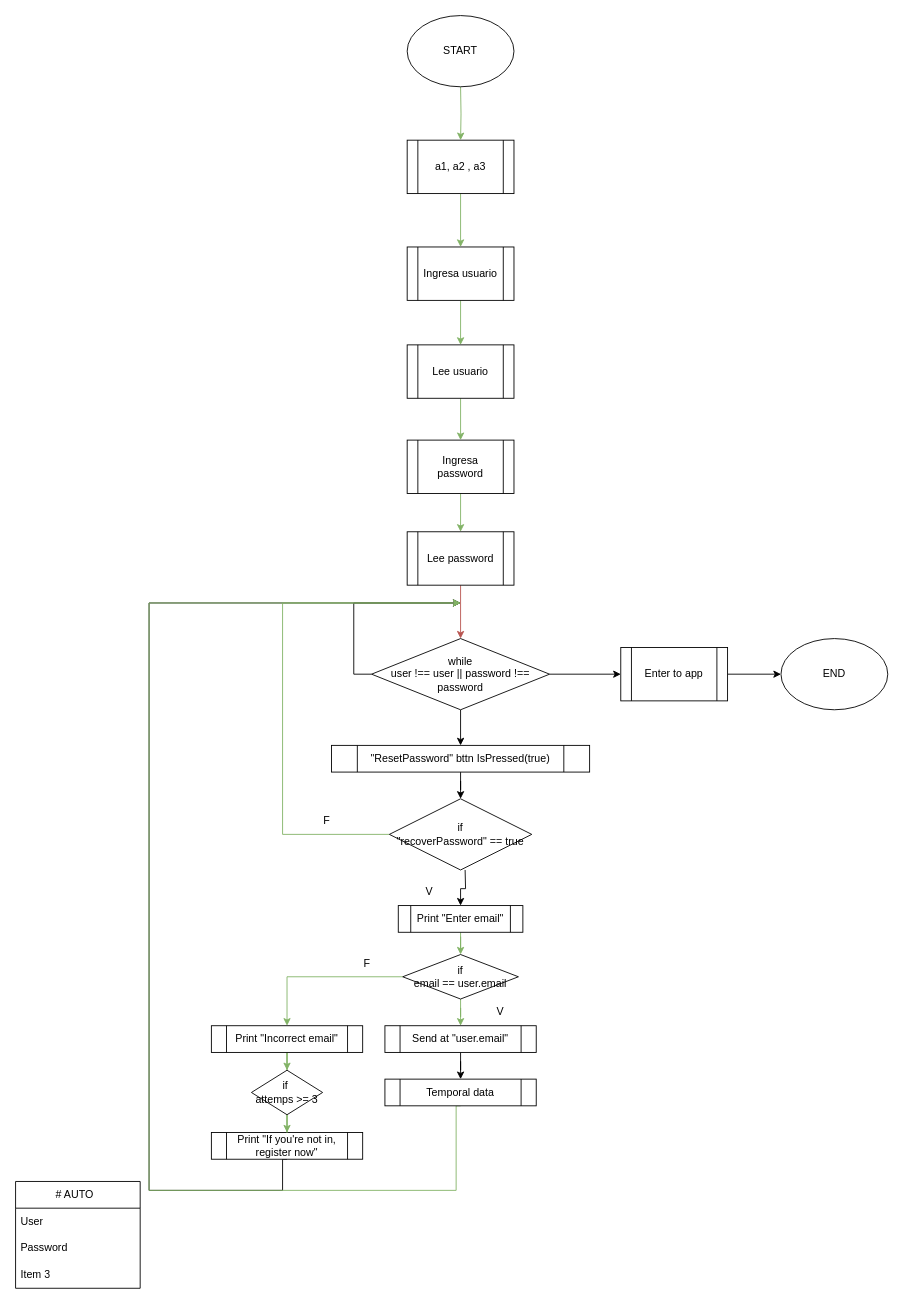
The draw.io diagram Docs/Diagrams/Diagrama sin título.drawio in VictorJ-Ch/Cafeteria-Menu, before the edit. Source tidied: cells renumbered, new cells numbered last; positions are measured from the earlier drawing's top-left corner, leaving out a move shared by most shapes. Both pictures are drawn from the tidied source at 89%, with x=0, y=0 at pixel (15, 15).
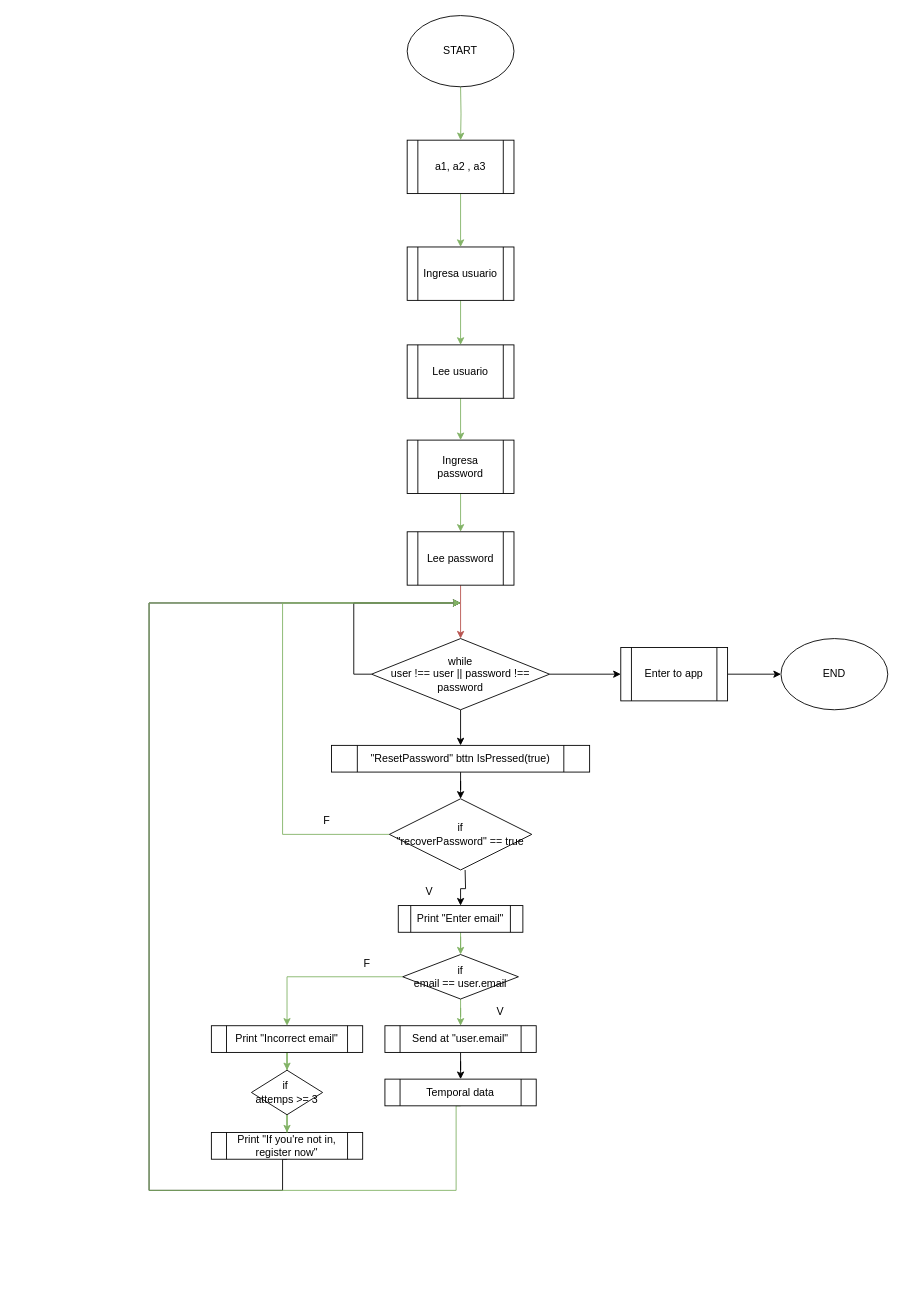
Above is the later version.

Commit message:
Update Diagrama flujo LogIn

The edit, as a diff of the source:
```diff
@@
-    <mxCell id="33" value="# AUTO&amp;nbsp;&amp;nbsp;" style="swimlane;fontStyle=0;horizontal=1;startSize=30;whiteSpace=wrap;html=1;" parent="1" vertex="1">
-      <mxGeometry y="1310" width="140" height="120" as="geometry" />
-    </mxCell>
-    <mxCell id="34" value="User" style="text;strokeColor=none;fillColor=none;align=left;verticalAlign=middle;spacingLeft=4;spacingRight=4;overflow=hidden;whiteSpace=wrap;html=1;" parent="33" vertex="1">
-      <mxGeometry y="30" width="140" height="30" as="geometry" />
-    </mxCell>
-    <mxCell id="35" value="Password" style="text;strokeColor=none;fillColor=none;align=left;verticalAlign=middle;spacingLeft=4;spacingRight=4;overflow=hidden;whiteSpace=wrap;html=1;" parent="33" vertex="1">
-      <mxGeometry y="60" width="140" height="30" as="geometry" />
-    </mxCell>
-    <mxCell id="36" value="Item 3" style="text;strokeColor=none;fillColor=none;align=left;verticalAlign=middle;spacingLeft=4;spacingRight=4;overflow=hidden;whiteSpace=wrap;html=1;" parent="33" vertex="1">
-      <mxGeometry y="90" width="140" height="30" as="geometry" />
-    </mxCell>
```
